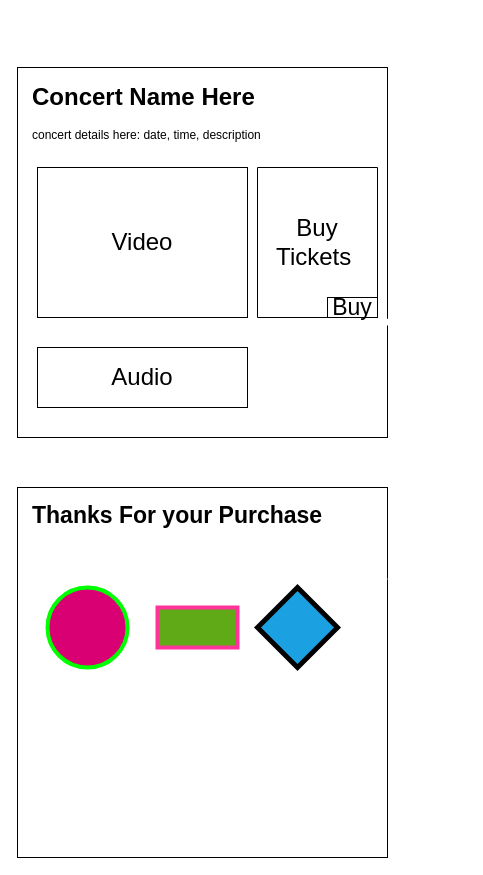
The draw.io diagram 2022-02-06 HTML 5/Homework/buy-tickets-to-concert.dio in BeniGevyan/jbc-2022-01-30-fullstack, before the edit. Source tidied: cells renumbered, new cells numbered last; positions are measured from the earlier drawing's top-left corner, leaving out a move shared by most shapes. Both pictures are drawn from the tidied source at 100%, with x=0, y=0 at pixel (17, 67).
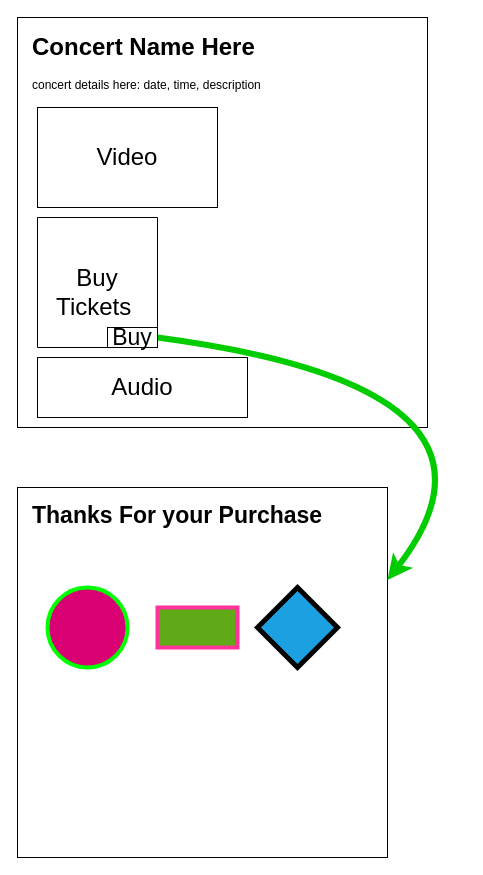
The same page after the edit.

What changed in the source:
```diff
@@
 <mxGraphModel>
   <root>
     <mxCell id="0" />
     <mxCell id="1" parent="0" />
     <mxCell id="2" style="whiteSpace=wrap;html=1;" parent="1" vertex="1">
-      <mxGeometry width="370" height="370" as="geometry" />
+      <mxGeometry y="-50" width="410" height="410" as="geometry" />
     </mxCell>
     <mxCell id="3" value="&lt;h1&gt;Concert Name Here&lt;/h1&gt;&lt;p&gt;concert details here: date, time, description&lt;/p&gt;" style="text;html=1;strokeColor=none;fillColor=none;spacing=5;spacingTop=-20;whiteSpace=wrap;overflow=hidden;rounded=0;" parent="1" vertex="1">
-      <mxGeometry x="10" y="10" width="250" height="90" as="geometry" />
+      <mxGeometry x="10" y="-40" width="250" height="90" as="geometry" />
     </mxCell>
     <mxCell id="4" value="Video" style="rounded=0;whiteSpace=wrap;html=1;fontSize=24;" parent="1" vertex="1">
-      <mxGeometry x="20" y="100" width="210" height="150" as="geometry" />
+      <mxGeometry x="20" y="40" width="180" height="100" as="geometry" />
     </mxCell>
     <mxCell id="5" style="swimlane;startSize=0;fontSize=24;" parent="1" vertex="1">
-      <mxGeometry x="240" y="100" width="120" height="150" as="geometry" />
+      <mxGeometry x="20" y="150" width="120" height="130" as="geometry" />
     </mxCell>
     <mxCell id="6" value="Buy Tickets&amp;nbsp;" style="text;html=1;strokeColor=none;fillColor=none;align=center;verticalAlign=middle;whiteSpace=wrap;rounded=0;fontSize=24;" parent="5" vertex="1">
       <mxGeometry x="30" y="60" width="60" height="30" as="geometry" />
     </mxCell>
     <mxCell id="7" value="Audio" style="rounded=0;whiteSpace=wrap;html=1;fontSize=24;" parent="1" vertex="1">
-      <mxGeometry x="20" y="280" width="210" height="60" as="geometry" />
+      <mxGeometry x="20" y="290" width="210" height="60" as="geometry" />
     </mxCell>
     <mxCell id="8" style="whiteSpace=wrap;html=1;" parent="1" vertex="1">
       <mxGeometry y="420" width="370" height="370" as="geometry" />
     </mxCell>
     <mxCell id="9" value="&lt;h1 style=&quot;font-size: 23px;&quot;&gt;Thanks For your Purchase&lt;/h1&gt;" style="text;html=1;strokeColor=none;fillColor=none;spacing=5;spacingTop=-20;whiteSpace=wrap;overflow=hidden;rounded=0;fontSize=23;" parent="1" vertex="1">
       <mxGeometry x="10" y="430" width="350" height="50" as="geometry" />
     </mxCell>
     <mxCell id="10" style="ellipse;whiteSpace=wrap;html=1;fontSize=23;fillColor=#d80073;fontColor=#ffffff;strokeColor=#00FF00;strokeWidth=4;" parent="1" vertex="1">
       <mxGeometry x="30" y="520" width="80" height="80" as="geometry" />
     </mxCell>
     <mxCell id="11" style="rhombus;whiteSpace=wrap;html=1;fontSize=23;fillColor=#1ba1e2;fontColor=#ffffff;strokeColor=#000000;strokeWidth=5;" parent="1" vertex="1">
       <mxGeometry x="240" y="520" width="80" height="80" as="geometry" />
     </mxCell>
     <mxCell id="12" style="rounded=0;whiteSpace=wrap;html=1;fontSize=23;fillColor=#60a917;fontColor=#ffffff;strokeColor=#FF3399;strokeWidth=4;" parent="1" vertex="1">
       <mxGeometry x="140" y="540" width="80" height="40" as="geometry" />
     </mxCell>
-    <mxCell id="13" style="endArrow=classic;html=1;fontSize=23;exitX=1;exitY=1;exitDx=0;exitDy=0;entryX=1;entryY=0.25;entryDx=0;entryDy=0;curved=1;strokeColor=#FFFFFF;strokeWidth=6;" parent="1" edge="1" source="5" target="8">
+    <mxCell id="13" style="endArrow=classic;html=1;fontSize=23;exitX=1;exitY=0.5;exitDx=0;exitDy=0;entryX=1;entryY=0.25;entryDx=0;entryDy=0;curved=1;strokeColor=#00CC00;strokeWidth=6;" parent="1" edge="1" source="14" target="8">
       <mxGeometry relative="1" as="geometry">
         <Array as="points">
           <mxPoint x="520" y="320" />
         </Array>
       </mxGeometry>
     </mxCell>
     <mxCell id="14" value="Buy" style="rounded=0;whiteSpace=wrap;html=1;fontSize=23;" parent="1" vertex="1">
-      <mxGeometry x="310" y="230" width="50" height="20" as="geometry" />
+      <mxGeometry x="90" y="260" width="50" height="20" as="geometry" />
     </mxCell>
   </root>
 </mxGraphModel>
```
